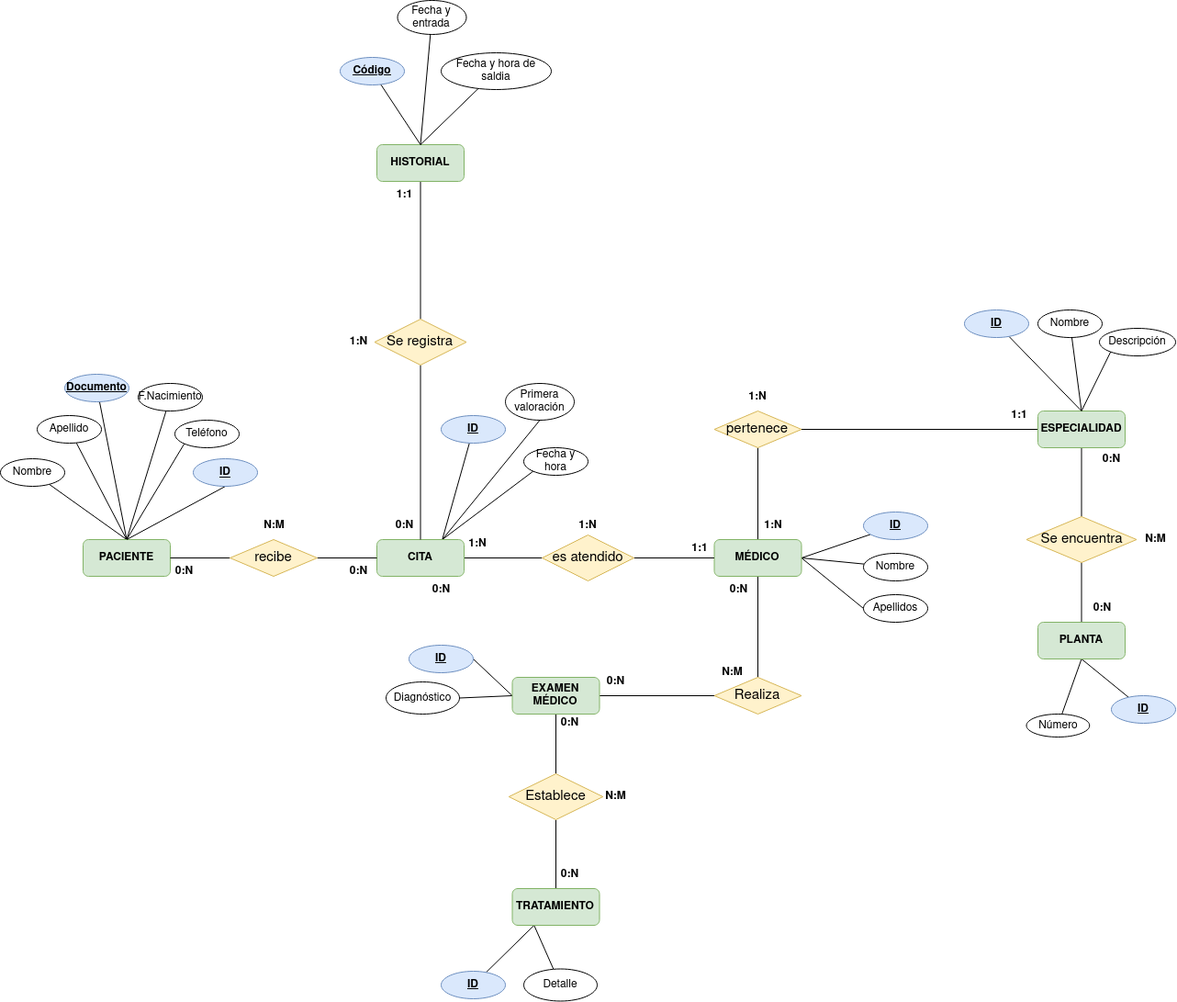
dawproyectos/proyecto_bae keeps this draw.io diagram as entidad_relacion.drawio.png. Above is the earlier version. Source tidied: cells renumbered, new cells last; positions are measured from the earlier drawing's top-left corner, leaving out a move shared by most shapes.
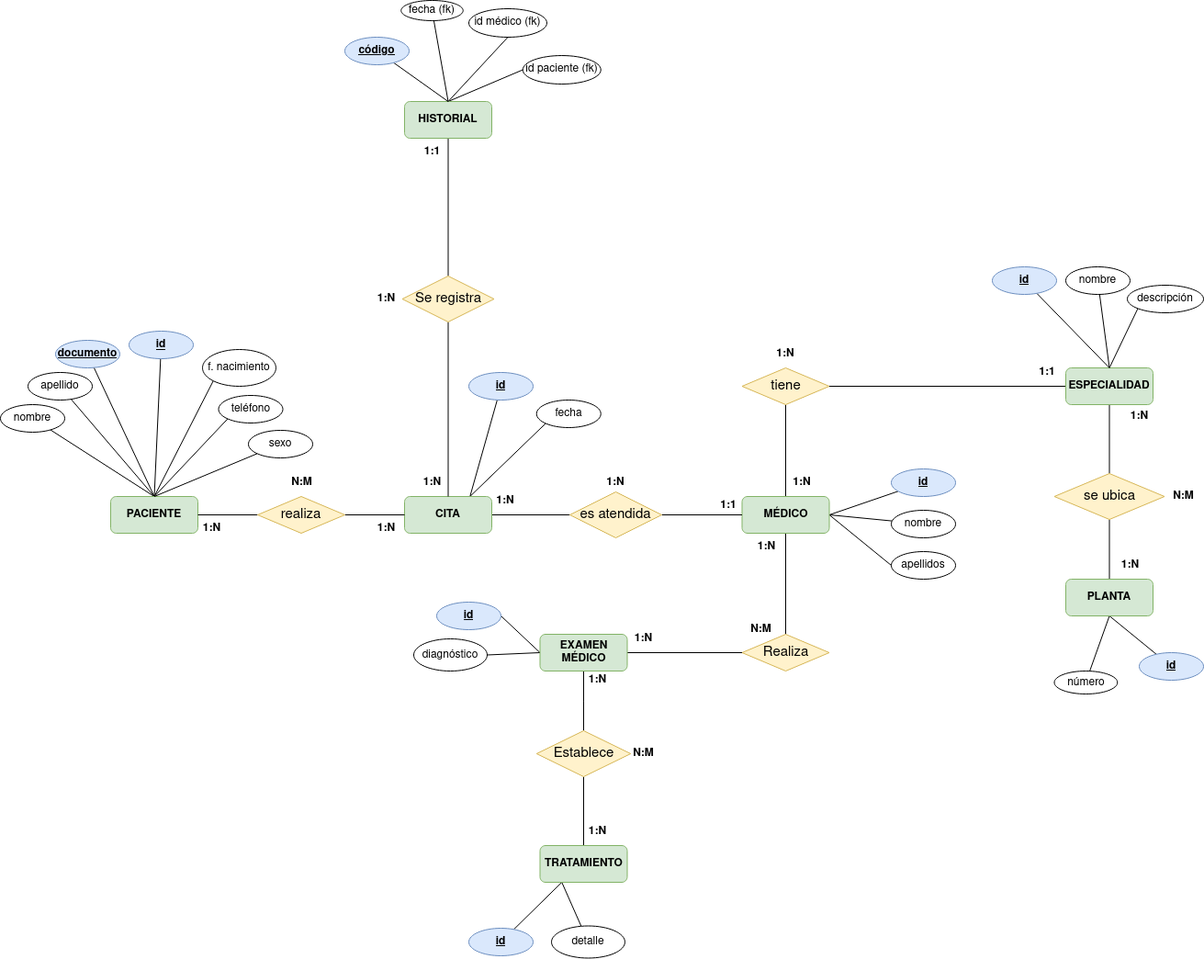
After the change.

Change to the diagram source:
```diff
@@ -10,5 +10,2 @@
     </mxCell>
-    <mxCell id="4" style="rounded=0;jettySize=auto;html=1;exitX=0.75;exitY=0;exitDx=0;exitDy=0;entryX=0.5;entryY=1;entryDx=0;entryDy=0;endArrow=none;endFill=0;" parent="1" edge="1" source="6" target="35">
-      <mxGeometry relative="1" as="geometry" />
-    </mxCell>
     <mxCell id="5" style="rounded=0;jettySize=auto;html=1;exitX=0.75;exitY=0;exitDx=0;exitDy=0;entryX=0;entryY=1;entryDx=0;entryDy=0;endArrow=none;endFill=0;" parent="1" edge="1" source="6" target="36">
@@ -40,3 +37,3 @@
     </mxCell>
-    <mxCell id="14" value="es atendido" style="shape=rhombus;perimeter=rhombusPerimeter;whiteSpace=wrap;html=1;align=center;fillColor=#fff2cc;strokeColor=#d6b656;fontSize=15;" parent="1" vertex="1">
+    <mxCell id="14" value="es atendida" style="shape=rhombus;perimeter=rhombusPerimeter;whiteSpace=wrap;html=1;align=center;fillColor=#fff2cc;strokeColor=#d6b656;fontSize=15;" parent="1" vertex="1">
       <mxGeometry x="590" y="582" width="100" height="50" as="geometry" />
@@ -46,3 +43,3 @@
     </mxCell>
-    <mxCell id="16" value="pertenece" style="shape=rhombus;perimeter=rhombusPerimeter;whiteSpace=wrap;html=1;align=center;fillColor=#fff2cc;strokeColor=#d6b656;fontSize=15;" parent="1" vertex="1">
+    <mxCell id="16" value="tiene" style="shape=rhombus;perimeter=rhombusPerimeter;whiteSpace=wrap;html=1;align=center;fillColor=#fff2cc;strokeColor=#d6b656;fontSize=15;" parent="1" vertex="1">
       <mxGeometry x="777.5" y="447" width="95" height="40" as="geometry" />
@@ -61,3 +58,3 @@
     </mxCell>
-    <mxCell id="21" style="rounded=0;jettySize=auto;html=1;exitX=0.5;exitY=0;exitDx=0;exitDy=0;endArrow=none;endFill=0;" parent="1" edge="1" source="25" target="62">
+    <mxCell id="21" style="rounded=0;jettySize=auto;html=1;exitX=0.5;exitY=0;exitDx=0;exitDy=0;endArrow=none;endFill=0;" parent="1" edge="1" source="25" target="105">
       <mxGeometry relative="1" as="geometry" />
@@ -73,2 +70,5 @@
     </mxCell>
+    <mxCell id="101" style="rounded=0;jettySize=auto;html=1;exitX=0.5;exitY=0;exitDx=0;exitDy=0;entryX=0;entryY=1;entryDx=0;entryDy=0;endArrow=none;endFill=0;" parent="1" edge="1" source="25" target="104">
+      <mxGeometry relative="1" as="geometry" />
+    </mxCell>
     <mxCell id="25" value="PACIENTE" style="rounded=1;whiteSpace=wrap;html=1;fillColor=#d5e8d4;strokeColor=#82b366;fontStyle=1;" parent="1" vertex="1">
@@ -85,2 +85,5 @@
     </mxCell>
+    <mxCell id="102" style="rounded=0;jettySize=auto;html=1;exitX=0.5;exitY=0;exitDx=0;exitDy=0;entryX=0;entryY=0.5;entryDx=0;entryDy=0;endArrow=none;endFill=0;" parent="1" edge="1" source="29" target="107">
+      <mxGeometry relative="1" as="geometry" />
+    </mxCell>
     <mxCell id="29" value="HISTORIAL" style="rounded=1;whiteSpace=wrap;html=1;fillColor=#d5e8d4;strokeColor=#82b366;fontStyle=1;align=center;" parent="1" vertex="1">
@@ -94,3 +97,3 @@
     </mxCell>
-    <mxCell id="32" value="recibe" style="shape=rhombus;perimeter=rhombusPerimeter;whiteSpace=wrap;html=1;align=center;fillColor=#fff2cc;strokeColor=#d6b656;fontSize=15;" parent="1" vertex="1">
+    <mxCell id="32" value="realiza" style="shape=rhombus;perimeter=rhombusPerimeter;whiteSpace=wrap;html=1;align=center;fillColor=#fff2cc;strokeColor=#d6b656;fontSize=15;" parent="1" vertex="1">
       <mxGeometry x="250" y="587" width="95" height="40" as="geometry" />
@@ -100,10 +103,7 @@
     </mxCell>
-    <mxCell id="34" value="ID" style="ellipse;whiteSpace=wrap;html=1;fillColor=#dae8fc;strokeColor=#6c8ebf;fontStyle=5;" parent="1" vertex="1">
+    <mxCell id="34" value="id" style="ellipse;whiteSpace=wrap;html=1;fillColor=#dae8fc;strokeColor=#6c8ebf;fontStyle=5;" parent="1" vertex="1">
       <mxGeometry x="480" y="452" width="70" height="30" as="geometry" />
     </mxCell>
-    <mxCell id="35" value="Primera valoración" style="ellipse;whiteSpace=wrap;html=1;" parent="1" vertex="1">
-      <mxGeometry x="550" y="417" width="75" height="40" as="geometry" />
-    </mxCell>
-    <mxCell id="36" value="Fecha y hora" style="ellipse;whiteSpace=wrap;html=1;" parent="1" vertex="1">
-      <mxGeometry x="570" y="487" width="70" height="30" as="geometry" />
+    <mxCell id="36" value="fecha " style="ellipse;whiteSpace=wrap;html=1;" parent="1" vertex="1">
+      <mxGeometry x="553.8" y="482" width="70" height="30" as="geometry" />
     </mxCell>
@@ -112,3 +112,3 @@
     </mxCell>
-    <mxCell id="38" value="Nombre" style="ellipse;whiteSpace=wrap;html=1;" parent="1" vertex="1">
+    <mxCell id="38" value="nombre" style="ellipse;whiteSpace=wrap;html=1;" parent="1" vertex="1">
       <mxGeometry x="1130" y="337" width="70" height="30" as="geometry" />
@@ -118,3 +118,3 @@
     </mxCell>
-    <mxCell id="40" value="&lt;b&gt;&lt;u&gt;ID&lt;/u&gt;&lt;/b&gt;" style="ellipse;whiteSpace=wrap;html=1;fillColor=#dae8fc;strokeColor=#6c8ebf;" parent="1" vertex="1">
+    <mxCell id="40" value="&lt;b&gt;&lt;u&gt;id&lt;/u&gt;&lt;/b&gt;" style="ellipse;whiteSpace=wrap;html=1;fillColor=#dae8fc;strokeColor=#6c8ebf;" parent="1" vertex="1">
       <mxGeometry x="1050" y="337" width="70" height="30" as="geometry" />
@@ -124,12 +124,9 @@
     </mxCell>
-    <mxCell id="42" value="Fecha y entrada" style="ellipse;whiteSpace=wrap;html=1;" parent="1" vertex="1">
-      <mxGeometry x="432.5" width="75" height="37" as="geometry" />
+    <mxCell id="42" value="fecha (fk)" style="ellipse;whiteSpace=wrap;html=1;" parent="1" vertex="1">
+      <mxGeometry x="406.2" y="47" width="67.5" height="22" as="geometry" />
     </mxCell>
-    <mxCell id="43" style="rounded=0;jettySize=auto;html=1;entryX=0.5;entryY=0;entryDx=0;entryDy=0;endArrow=none;endFill=0;" parent="1" edge="1" source="44" target="29">
+    <mxCell id="43" style="rounded=0;jettySize=auto;html=1;entryX=0.5;entryY=0;entryDx=0;entryDy=0;endArrow=none;endFill=0;exitX=0.5;exitY=1;exitDx=0;exitDy=0;" parent="1" edge="1" source="106" target="29">
       <mxGeometry relative="1" as="geometry" />
     </mxCell>
-    <mxCell id="44" value="Fecha y hora de saldia" style="ellipse;whiteSpace=wrap;html=1;" parent="1" vertex="1">
-      <mxGeometry x="480" y="57" width="120" height="40" as="geometry" />
-    </mxCell>
-    <mxCell id="45" style="rounded=0;jettySize=auto;html=1;entryX=0.5;entryY=0;entryDx=0;entryDy=0;endArrow=none;endFill=0;exitX=0.5;exitY=1;exitDx=0;exitDy=0;" parent="1" edge="1" source="59" target="25">
+    <mxCell id="45" style="rounded=0;jettySize=auto;html=1;entryX=0.5;entryY=0;entryDx=0;entryDy=0;endArrow=none;endFill=0;" parent="1" edge="1" source="103" target="25">
       <mxGeometry relative="1" as="geometry" />
@@ -139,4 +136,4 @@
     </mxCell>
-    <mxCell id="47" value="Código" style="ellipse;whiteSpace=wrap;html=1;fillColor=#dae8fc;strokeColor=#6c8ebf;fontStyle=5;" parent="1" vertex="1">
-      <mxGeometry x="370" y="62" width="70" height="30" as="geometry" />
+    <mxCell id="47" value="código" style="ellipse;whiteSpace=wrap;html=1;fillColor=#dae8fc;strokeColor=#6c8ebf;fontStyle=5;" parent="1" vertex="1">
+      <mxGeometry x="345" y="87" width="70" height="30" as="geometry" />
     </mxCell>
@@ -145,3 +142,3 @@
     </mxCell>
-    <mxCell id="49" value="0:N" style="text;html=1;align=center;verticalAlign=middle;strokeColor=none;fillColor=none;fontStyle=1;" parent="1" vertex="1">
+    <mxCell id="49" value="1:N" style="text;html=1;align=center;verticalAlign=middle;strokeColor=none;fillColor=none;fontStyle=1;" parent="1" vertex="1">
       <mxGeometry x="420" y="557" width="40" height="30" as="geometry" />
@@ -151,6 +148,6 @@
     </mxCell>
-    <mxCell id="51" value="0:N" style="text;html=1;align=center;verticalAlign=middle;strokeColor=none;fillColor=none;fontStyle=1;" parent="1" vertex="1">
+    <mxCell id="51" value="1:N" style="text;html=1;align=center;verticalAlign=middle;strokeColor=none;fillColor=none;fontStyle=1;" parent="1" vertex="1">
       <mxGeometry x="370" y="607" width="40" height="30" as="geometry" />
     </mxCell>
-    <mxCell id="52" value="0:N" style="text;html=1;align=center;verticalAlign=middle;strokeColor=none;fillColor=none;fontStyle=1;" parent="1" vertex="1">
+    <mxCell id="52" value="1:N" style="text;html=1;align=center;verticalAlign=middle;strokeColor=none;fillColor=none;fontStyle=1;" parent="1" vertex="1">
       <mxGeometry x="180" y="607" width="40" height="30" as="geometry" />
@@ -160,5 +157,2 @@
     </mxCell>
-    <mxCell id="54" value="0:N" style="text;html=1;align=center;verticalAlign=middle;strokeColor=none;fillColor=none;fontStyle=1;" parent="1" vertex="1">
-      <mxGeometry x="460" y="627" width="40" height="30" as="geometry" />
-    </mxCell>
     <mxCell id="55" value="&lt;b&gt;1:N&lt;/b&gt;" style="text;html=1;strokeColor=none;fillColor=none;align=center;verticalAlign=middle;whiteSpace=wrap;rounded=0;" parent="1" vertex="1">
@@ -169,21 +163,15 @@
     </mxCell>
-    <mxCell id="57" value="Nombre" style="ellipse;whiteSpace=wrap;html=1;" parent="1" vertex="1">
-      <mxGeometry y="499" width="70" height="30" as="geometry" />
+    <mxCell id="57" value="nombre" style="ellipse;whiteSpace=wrap;html=1;" parent="1" vertex="1">
+      <mxGeometry x="-30" y="487" width="70" height="30" as="geometry" />
     </mxCell>
-    <mxCell id="58" value="Apellido" style="ellipse;whiteSpace=wrap;html=1;" parent="1" vertex="1">
-      <mxGeometry x="40" y="452" width="70" height="30" as="geometry" />
+    <mxCell id="58" value="apellido" style="ellipse;whiteSpace=wrap;html=1;" parent="1" vertex="1">
+      <mxGeometry y="452" width="70" height="30" as="geometry" />
     </mxCell>
-    <mxCell id="59" value="&lt;u&gt;&lt;b&gt;ID&lt;/b&gt;&lt;/u&gt;" style="ellipse;whiteSpace=wrap;html=1;fillColor=#dae8fc;strokeColor=#6c8ebf;" parent="1" vertex="1">
-      <mxGeometry x="210" y="499" width="70" height="30" as="geometry" />
-    </mxCell>
-    <mxCell id="60" value="&lt;b&gt;&lt;u&gt;Documento&lt;/u&gt;&lt;/b&gt;" style="ellipse;whiteSpace=wrap;html=1;fillColor=#dae8fc;strokeColor=#6c8ebf;" parent="1" vertex="1">
-      <mxGeometry x="70" y="407" width="70" height="30" as="geometry" />
+    <mxCell id="60" value="&lt;b&gt;&lt;u&gt;documento&lt;/u&gt;&lt;/b&gt;" style="ellipse;whiteSpace=wrap;html=1;fillColor=#dae8fc;strokeColor=#6c8ebf;" parent="1" vertex="1">
+      <mxGeometry x="30" y="417" width="70" height="30" as="geometry" />
     </mxCell>
-    <mxCell id="61" value="Teléfono" style="ellipse;whiteSpace=wrap;html=1;" parent="1" vertex="1">
-      <mxGeometry x="190" y="457" width="70" height="30" as="geometry" />
+    <mxCell id="61" value="teléfono" style="ellipse;whiteSpace=wrap;html=1;" parent="1" vertex="1">
+      <mxGeometry x="207.5" y="477" width="70" height="30" as="geometry" />
     </mxCell>
-    <mxCell id="62" value="F.Nacimiento" style="ellipse;whiteSpace=wrap;html=1;" parent="1" vertex="1">
-      <mxGeometry x="150" y="417" width="70" height="30" as="geometry" />
-    </mxCell>
-    <mxCell id="63" value="Descripción" style="ellipse;whiteSpace=wrap;html=1;" parent="1" vertex="1">
+    <mxCell id="63" value="descripción" style="ellipse;whiteSpace=wrap;html=1;" parent="1" vertex="1">
       <mxGeometry x="1197" y="357" width="83" height="30" as="geometry" />
@@ -202,3 +190,3 @@
     </mxCell>
-    <mxCell id="68" value="Se encuentra" style="shape=rhombus;perimeter=rhombusPerimeter;whiteSpace=wrap;html=1;align=center;fillColor=#fff2cc;strokeColor=#d6b656;fontSize=15;" parent="1" vertex="1">
+    <mxCell id="68" value="se ubica" style="shape=rhombus;perimeter=rhombusPerimeter;whiteSpace=wrap;html=1;align=center;fillColor=#fff2cc;strokeColor=#d6b656;fontSize=15;" parent="1" vertex="1">
       <mxGeometry x="1117.5" y="562" width="120" height="50" as="geometry" />
@@ -214,6 +202,6 @@
     </mxCell>
-    <mxCell id="72" value="&lt;b&gt;0:N&lt;/b&gt;" style="text;html=1;align=center;verticalAlign=middle;strokeColor=none;fillColor=none;" parent="1" vertex="1">
+    <mxCell id="72" value="&lt;b&gt;1:N&lt;/b&gt;" style="text;html=1;align=center;verticalAlign=middle;strokeColor=none;fillColor=none;" parent="1" vertex="1">
       <mxGeometry x="1190" y="485" width="40" height="30" as="geometry" />
     </mxCell>
-    <mxCell id="73" value="&lt;b&gt;0:N&lt;/b&gt;" style="text;html=1;align=center;verticalAlign=middle;strokeColor=none;fillColor=none;" parent="1" vertex="1">
+    <mxCell id="73" value="&lt;b&gt;1:N&lt;/b&gt;" style="text;html=1;align=center;verticalAlign=middle;strokeColor=none;fillColor=none;" parent="1" vertex="1">
       <mxGeometry x="1180" y="647" width="40" height="30" as="geometry" />
@@ -223,6 +211,6 @@
     </mxCell>
-    <mxCell id="75" value="ID" style="ellipse;whiteSpace=wrap;html=1;fontStyle=5;fillColor=#dae8fc;strokeColor=#6c8ebf;" parent="1" vertex="1">
+    <mxCell id="75" value="id" style="ellipse;whiteSpace=wrap;html=1;fontStyle=5;fillColor=#dae8fc;strokeColor=#6c8ebf;" parent="1" vertex="1">
       <mxGeometry x="1210" y="757" width="70" height="30" as="geometry" />
     </mxCell>
-    <mxCell id="76" value="Número" style="ellipse;whiteSpace=wrap;html=1;" parent="1" vertex="1">
+    <mxCell id="76" value="número" style="ellipse;whiteSpace=wrap;html=1;" parent="1" vertex="1">
       <mxGeometry x="1117.5" y="777" width="68.8" height="25" as="geometry" />
@@ -247,3 +235,3 @@
     </mxCell>
-    <mxCell id="83" value="&lt;b&gt;0:N&lt;/b&gt;" style="text;html=1;align=center;verticalAlign=middle;strokeColor=none;fillColor=none;" parent="1" vertex="1">
+    <mxCell id="83" value="&lt;b&gt;1:N&lt;/b&gt;" style="text;html=1;align=center;verticalAlign=middle;strokeColor=none;fillColor=none;" parent="1" vertex="1">
       <mxGeometry x="784" y="627" width="40" height="30" as="geometry" />
@@ -253,18 +241,18 @@
     </mxCell>
-    <mxCell id="85" value="ID" style="ellipse;whiteSpace=wrap;html=1;fillColor=#dae8fc;strokeColor=#6c8ebf;fontStyle=5;" parent="1" vertex="1">
+    <mxCell id="85" value="id" style="ellipse;whiteSpace=wrap;html=1;fillColor=#dae8fc;strokeColor=#6c8ebf;fontStyle=5;" parent="1" vertex="1">
       <mxGeometry x="940" y="557" width="70" height="30" as="geometry" />
     </mxCell>
-    <mxCell id="86" value="Apellidos" style="ellipse;whiteSpace=wrap;html=1;" parent="1" vertex="1">
+    <mxCell id="86" value="apellidos" style="ellipse;whiteSpace=wrap;html=1;" parent="1" vertex="1">
       <mxGeometry x="940" y="647" width="70" height="30" as="geometry" />
     </mxCell>
-    <mxCell id="87" value="Nombre" style="ellipse;whiteSpace=wrap;html=1;" parent="1" vertex="1">
+    <mxCell id="87" value="nombre" style="ellipse;whiteSpace=wrap;html=1;" parent="1" vertex="1">
       <mxGeometry x="940" y="602" width="70" height="30" as="geometry" />
     </mxCell>
-    <mxCell id="88" value="ID" style="ellipse;whiteSpace=wrap;html=1;fillColor=#dae8fc;strokeColor=#6c8ebf;fontStyle=5;" parent="1" vertex="1">
+    <mxCell id="88" value="id" style="ellipse;whiteSpace=wrap;html=1;fillColor=#dae8fc;strokeColor=#6c8ebf;fontStyle=5;" parent="1" vertex="1">
       <mxGeometry x="445" y="702" width="70" height="30" as="geometry" />
     </mxCell>
-    <mxCell id="89" value="Diagnóstico" style="ellipse;whiteSpace=wrap;html=1;" parent="1" vertex="1">
+    <mxCell id="89" value="diagnóstico" style="ellipse;whiteSpace=wrap;html=1;" parent="1" vertex="1">
       <mxGeometry x="420" y="742" width="80" height="35" as="geometry" />
     </mxCell>
-    <mxCell id="90" value="&lt;b&gt;0:N&lt;/b&gt;" style="text;html=1;align=center;verticalAlign=middle;strokeColor=none;fillColor=none;" parent="1" vertex="1">
+    <mxCell id="90" value="&lt;b&gt;1:N&lt;/b&gt;" style="text;html=1;align=center;verticalAlign=middle;strokeColor=none;fillColor=none;" parent="1" vertex="1">
       <mxGeometry x="650" y="727" width="40" height="30" as="geometry" />
@@ -286,12 +274,12 @@
     </mxCell>
-    <mxCell id="96" value="ID" style="ellipse;whiteSpace=wrap;html=1;fillColor=#dae8fc;strokeColor=#6c8ebf;fontStyle=5;" parent="1" vertex="1">
+    <mxCell id="96" value="id" style="ellipse;whiteSpace=wrap;html=1;fillColor=#dae8fc;strokeColor=#6c8ebf;fontStyle=5;" parent="1" vertex="1">
       <mxGeometry x="480" y="1057" width="70" height="30" as="geometry" />
     </mxCell>
-    <mxCell id="97" value="Detalle" style="ellipse;whiteSpace=wrap;html=1;" parent="1" vertex="1">
+    <mxCell id="97" value="detalle" style="ellipse;whiteSpace=wrap;html=1;" parent="1" vertex="1">
       <mxGeometry x="570" y="1054.5" width="80" height="35" as="geometry" />
     </mxCell>
-    <mxCell id="98" value="&lt;b&gt;0:N&lt;/b&gt;" style="text;html=1;align=center;verticalAlign=middle;strokeColor=none;fillColor=none;" parent="1" vertex="1">
+    <mxCell id="98" value="&lt;b&gt;1:N&lt;/b&gt;" style="text;html=1;align=center;verticalAlign=middle;strokeColor=none;fillColor=none;" parent="1" vertex="1">
       <mxGeometry x="600" y="772" width="40" height="30" as="geometry" />
     </mxCell>
-    <mxCell id="99" value="&lt;b&gt;0:N&lt;/b&gt;" style="text;html=1;align=center;verticalAlign=middle;strokeColor=none;fillColor=none;" parent="1" vertex="1">
+    <mxCell id="99" value="&lt;b&gt;1:N&lt;/b&gt;" style="text;html=1;align=center;verticalAlign=middle;strokeColor=none;fillColor=none;" parent="1" vertex="1">
       <mxGeometry x="600" y="937" width="40" height="30" as="geometry" />
@@ -301,2 +289,17 @@
     </mxCell>
+    <mxCell id="103" value="sexo" style="ellipse;whiteSpace=wrap;html=1;" parent="1" vertex="1">
+      <mxGeometry x="240" y="515" width="70" height="30" as="geometry" />
+    </mxCell>
+    <mxCell id="104" value="f. nacimiento" style="ellipse;whiteSpace=wrap;html=1;" parent="1" vertex="1">
+      <mxGeometry x="190" y="427" width="80" height="40" as="geometry" />
+    </mxCell>
+    <mxCell id="105" value="&lt;u&gt;&lt;b&gt;id&lt;/b&gt;&lt;/u&gt;" style="ellipse;whiteSpace=wrap;html=1;fillColor=#dae8fc;strokeColor=#6c8ebf;" parent="1" vertex="1">
+      <mxGeometry x="110" y="407" width="70" height="30" as="geometry" />
+    </mxCell>
+    <mxCell id="106" value="id médico (fk)" style="ellipse;whiteSpace=wrap;html=1;" parent="1" vertex="1">
+      <mxGeometry x="480" y="56" width="85" height="31" as="geometry" />
+    </mxCell>
+    <mxCell id="107" value="id paciente (fk)" style="ellipse;whiteSpace=wrap;html=1;" parent="1" vertex="1">
+      <mxGeometry x="538.8" y="107" width="85" height="31" as="geometry" />
+    </mxCell>
   </root>
```
